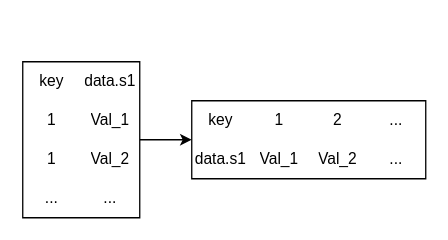
This is page "输出列数可变的UDF" (11 of 17) of test.drawio from shinyano/drawio, a draw.io file, before an edit. Source tidied: cells renumbered, new cells numbered last; positions are measured from the earlier drawing's top-left corner, leaving out a move shared by most shapes. Both pictures are drawn from the tidied source at 130%, with x=0, y=0 at pixel (22, 61).
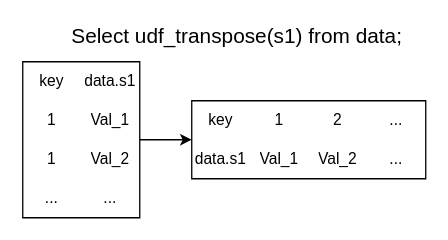
The same page after the edit.

Diff of the diagram source:
```diff
@@
+    <mxCell id="27" value="Select udf_transpose(s1) from data;" style="text;html=1;whiteSpace=wrap;strokeColor=none;fillColor=none;align=center;verticalAlign=middle;rounded=0;fontSize=16;" parent="1" vertex="1">
+      <mxGeometry x="20" y="-30" width="290" height="20" as="geometry" />
+    </mxCell>
```
